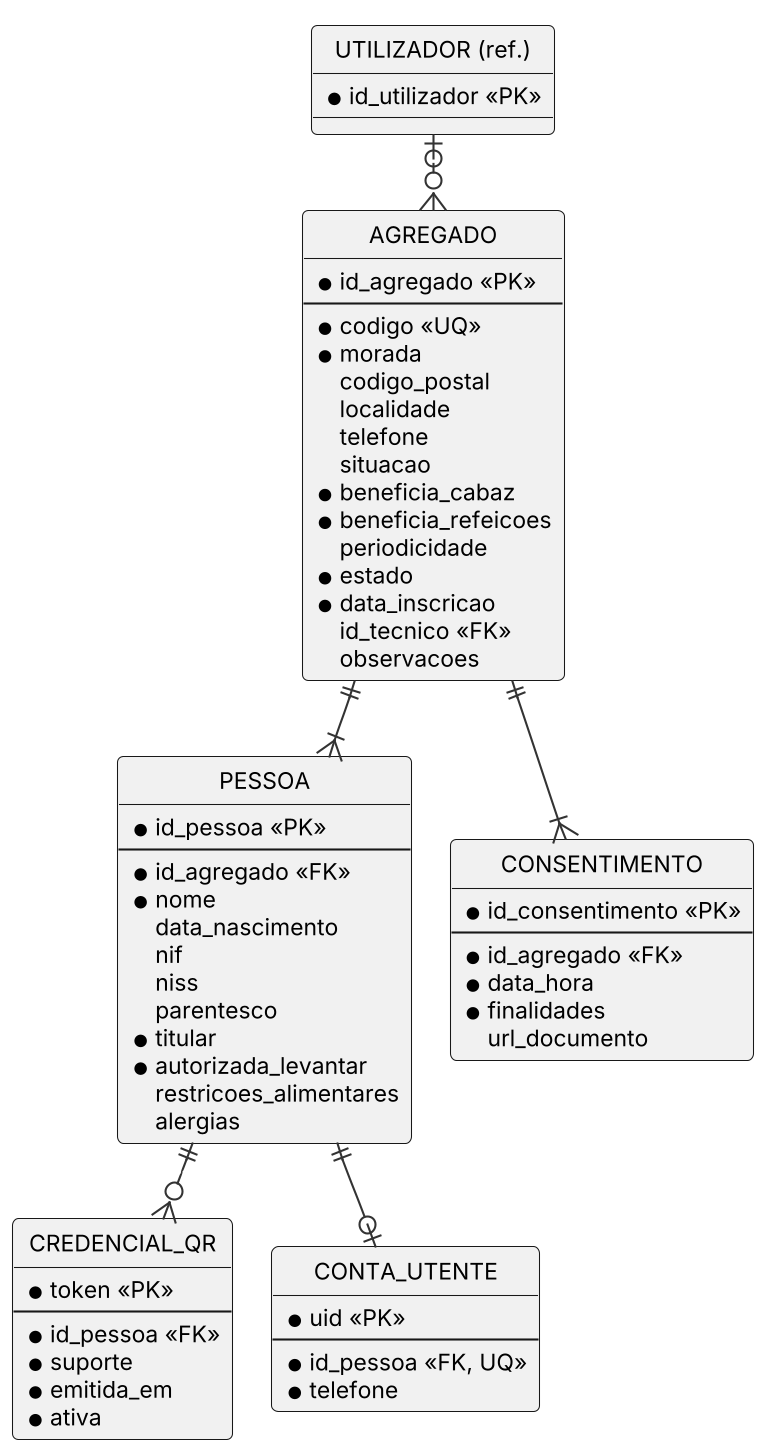
The PlantUML diagram Docs/diagramas/er_agregados.png in Miguel31028/GASC, before a commit.
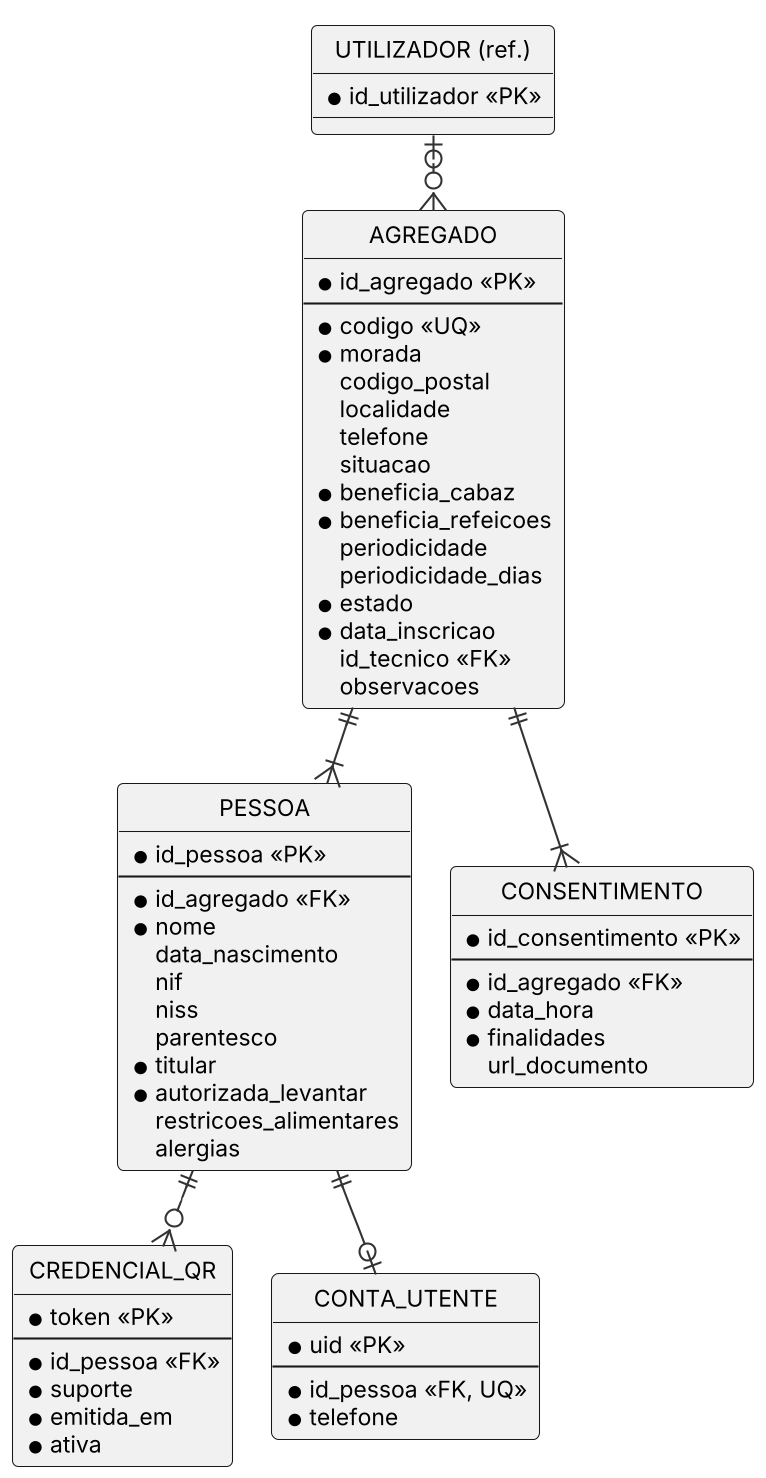
The same file after the commit.

What changed in the source:
```diff
@@ -14,6 +14,7 @@
   * beneficia_cabaz
   * beneficia_refeicoes
   periodicidade
+  periodicidade_dias
   * estado
   * data_inscricao
   id_tecnico <<FK>>
```
